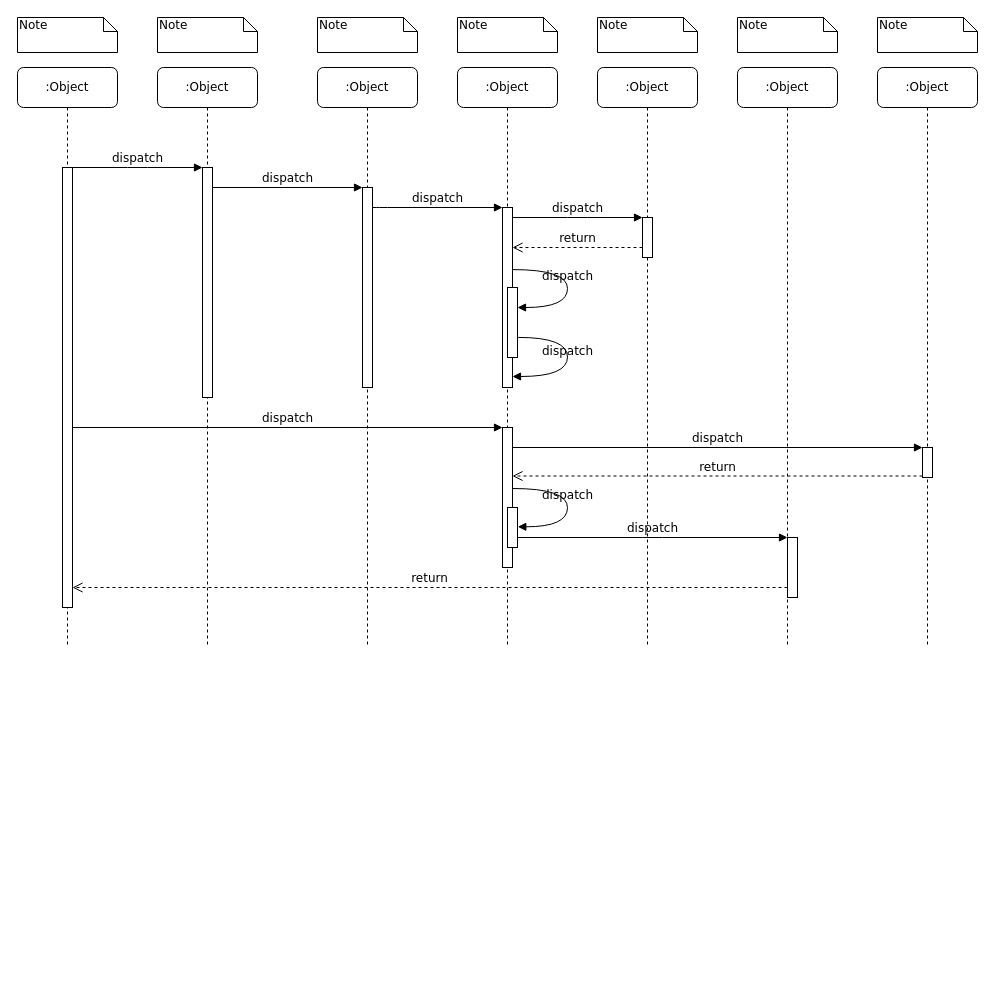
This is 时序图测试.drawio from 2635064692/drawio-rep, a draw.io file, before an edit. Source tidied: cells renumbered, new cells numbered last; positions are measured from the earlier drawing's top-left corner, leaving out a move shared by most shapes. Both pictures are drawn from the tidied source at 100%, with x=0, y=0 at pixel (17, 17).
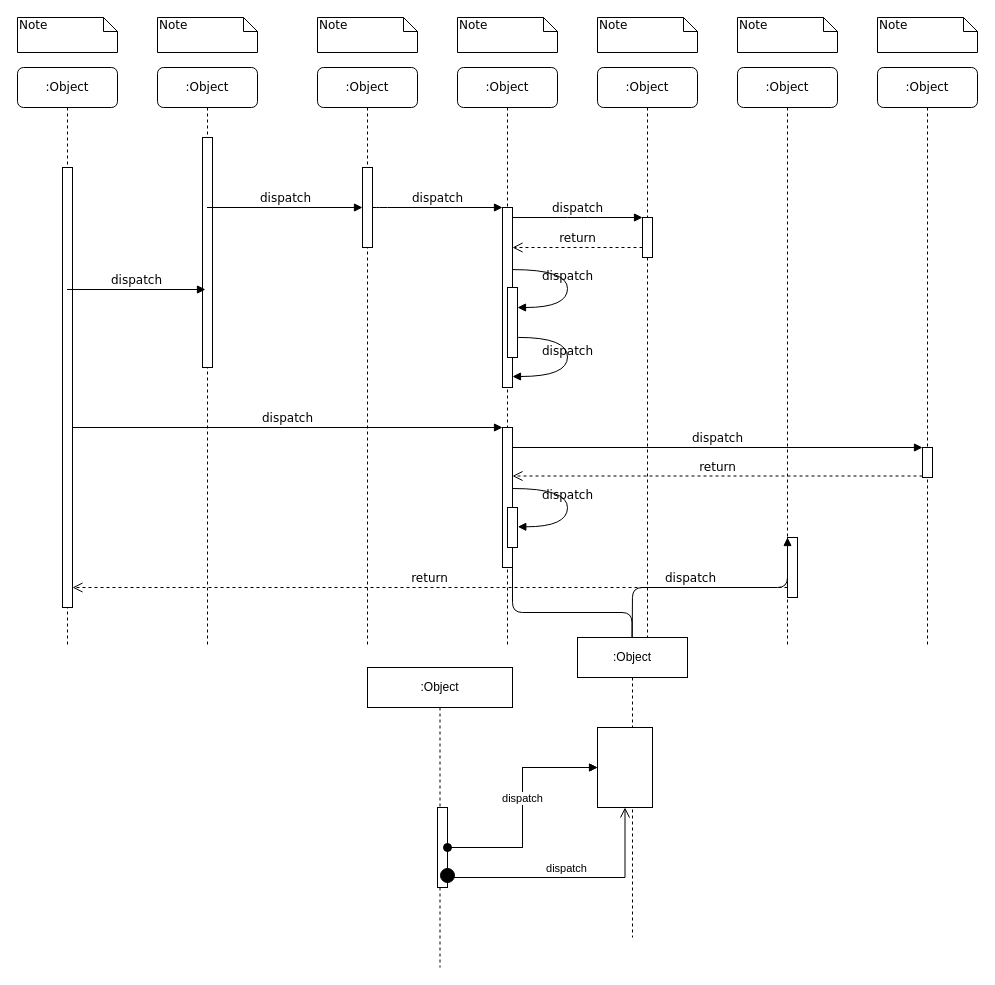
The same diagram, later.

Commit message:
更新时序图测试.drawio

Unchanged cells that the change refers to:
```xml
<mxCell id="2" value=":Object" style="shape=umlLifeline;perimeter=lifelinePerimeter;whiteSpace=wrap;html=1;outlineConnect=0;rounded=1;shadow=0;comic=0;labelBackgroundColor=none;strokeWidth=1;fontFamily=Verdana;fontSize=12;align=center;" parent="1" vertex="1">
  <mxGeometry x="140" y="50" width="100" height="580" as="geometry" />
</mxCell>
<mxCell id="4" value=":Object" style="shape=umlLifeline;perimeter=lifelinePerimeter;whiteSpace=wrap;html=1;rounded=1;shadow=0;comic=0;labelBackgroundColor=none;strokeWidth=1;fontFamily=Verdana;fontSize=12;align=center;" parent="1" vertex="1">
  <mxGeometry x="300" y="50" width="100" height="580" as="geometry" />
</mxCell>
<mxCell id="10" value=":Object" style="shape=umlLifeline;perimeter=lifelinePerimeter;whiteSpace=wrap;html=1;outlineConnect=0;rounded=1;shadow=0;comic=0;labelBackgroundColor=none;strokeWidth=1;fontFamily=Verdana;fontSize=12;align=center;" parent="1" vertex="1">
  <mxGeometry y="50" width="100" height="580" as="geometry" />
</mxCell>
<mxCell id="11" style="html=1;points=[];perimeter=orthogonalPerimeter;rounded=0;shadow=0;comic=0;labelBackgroundColor=none;strokeWidth=1;fontFamily=Verdana;fontSize=12;align=center;" parent="10" vertex="1">
  <mxGeometry x="45" y="100" width="10" height="440" as="geometry" />
</mxCell>
<mxCell id="12" style="html=1;points=[];perimeter=orthogonalPerimeter;rounded=0;shadow=0;comic=0;labelBackgroundColor=none;strokeWidth=1;fontFamily=Verdana;fontSize=12;align=center;" parent="1" vertex="1">
  <mxGeometry x="485" y="190" width="10" height="180" as="geometry" />
</mxCell>
<mxCell id="22" style="html=1;points=[];perimeter=orthogonalPerimeter;rounded=0;shadow=0;comic=0;labelBackgroundColor=none;strokeWidth=1;fontFamily=Verdana;fontSize=12;align=center;" parent="1" vertex="1">
  <mxGeometry x="770" y="520" width="10" height="60" as="geometry" />
</mxCell>
<mxCell id="30" style="html=1;points=[];perimeter=orthogonalPerimeter;rounded=0;shadow=0;comic=0;labelBackgroundColor=none;strokeWidth=1;fontFamily=Verdana;fontSize=12;align=center;" parent="1" vertex="1">
  <mxGeometry x="490" y="490" width="10" height="40" as="geometry" />
</mxCell>
```

The edit, as a diff of the source:
```diff
@@
     <mxCell id="3" style="html=1;points=[];perimeter=orthogonalPerimeter;rounded=0;shadow=0;comic=0;labelBackgroundColor=none;strokeWidth=1;fontFamily=Verdana;fontSize=12;align=center;" parent="2" vertex="1">
-      <mxGeometry x="45" y="100" width="10" height="230" as="geometry" />
+      <mxGeometry x="45" y="70" width="10" height="230" as="geometry" />
     </mxCell>
@@
-    <mxCell id="5" style="html=1;points=[];perimeter=orthogonalPerimeter;rounded=0;shadow=0;comic=0;labelBackgroundColor=none;strokeWidth=1;fontFamily=Verdana;fontSize=12;align=center;" parent="4" vertex="1">
-      <mxGeometry x="45" y="120" width="10" height="200" as="geometry" />
-    </mxCell>
+    <mxCell id="39" style="html=1;points=[];perimeter=orthogonalPerimeter;outlineConnect=0;targetShapes=umlLifeline;portConstraint=eastwest;newEdgeStyle={&quot;edgeStyle&quot;:&quot;elbowEdgeStyle&quot;,&quot;elbow&quot;:&quot;vertical&quot;,&quot;curved&quot;:0,&quot;rounded&quot;:0};" parent="4" vertex="1">
+      <mxGeometry x="45" y="100" width="10" height="80" as="geometry" />
+    </mxCell>
@@
-    <mxCell id="13" value="dispatch" style="html=1;verticalAlign=bottom;endArrow=block;labelBackgroundColor=none;fontFamily=Verdana;fontSize=12;edgeStyle=elbowEdgeStyle;elbow=vertical;" parent="1" edge="1" source="5" target="12">
+    <mxCell id="13" value="dispatch" style="html=1;verticalAlign=bottom;endArrow=block;labelBackgroundColor=none;fontFamily=Verdana;fontSize=12;edgeStyle=elbowEdgeStyle;elbow=vertical;" parent="1" edge="1" target="12">
       <mxGeometry relative="1" as="geometry">
+        <mxPoint x="355" y="190" as="sourcePoint" />
         <Array as="points">
           <mxPoint x="360" y="190" />
         </Array>
       </mxGeometry>
     </mxCell>
@@
-    <mxCell id="23" value="dispatch" style="html=1;verticalAlign=bottom;endArrow=block;entryX=0;entryY=0;labelBackgroundColor=none;fontFamily=Verdana;fontSize=12;edgeStyle=elbowEdgeStyle;elbow=vertical;" parent="1" edge="1" source="30" target="22">
+    <mxCell id="23" value="dispatch" style="html=1;verticalAlign=bottom;endArrow=block;entryX=0;entryY=0;labelBackgroundColor=none;fontFamily=Verdana;fontSize=12;edgeStyle=elbowEdgeStyle;elbow=vertical;" parent="1" edge="1" source="41" target="22">
       <mxGeometry relative="1" as="geometry" />
     </mxCell>
@@
-    <mxCell id="25" value="dispatch" style="html=1;verticalAlign=bottom;endArrow=block;entryX=0;entryY=0;labelBackgroundColor=none;fontFamily=Verdana;fontSize=12;edgeStyle=elbowEdgeStyle;elbow=vertical;" parent="1" edge="1" source="11" target="3">
-      <mxGeometry relative="1" as="geometry" />
-    </mxCell>
-    <mxCell id="26" value="dispatch" style="html=1;verticalAlign=bottom;endArrow=block;entryX=0;entryY=0;labelBackgroundColor=none;fontFamily=Verdana;fontSize=12;edgeStyle=elbowEdgeStyle;elbow=vertical;" parent="1" edge="1" source="3" target="5">
-      <mxGeometry relative="1" as="geometry" />
-    </mxCell>
@@
+    <mxCell id="25" value="dispatch" style="html=1;verticalAlign=bottom;endArrow=block;labelBackgroundColor=none;fontFamily=Verdana;fontSize=12;edgeStyle=elbowEdgeStyle;elbow=vertical;entryX=0.3;entryY=0.661;entryDx=0;entryDy=0;entryPerimeter=0;" parent="1" edge="1" source="10" target="3">
+      <mxGeometry relative="1" as="geometry" />
+    </mxCell>
+    <mxCell id="26" value="dispatch" style="html=1;verticalAlign=bottom;endArrow=block;labelBackgroundColor=none;fontFamily=Verdana;fontSize=12;edgeStyle=elbowEdgeStyle;elbow=vertical;" parent="1" edge="1" source="2" target="39">
+      <mxGeometry relative="1" as="geometry" />
+    </mxCell>
+    <mxCell id="40" style="html=1;verticalAlign=bottom;endArrow=block;entryX=0;entryY=0;labelBackgroundColor=none;fontFamily=Verdana;fontSize=12;edgeStyle=elbowEdgeStyle;elbow=vertical;" parent="1" edge="1" source="30" target="41">
+      <mxGeometry relative="1" as="geometry" />
+    </mxCell>
+    <mxCell id="41" value=":Object" style="shape=umlLifeline;perimeter=lifelinePerimeter;whiteSpace=wrap;html=1;outlineConnect=0;portConstraint=eastwest;newEdgeStyle={&quot;edgeStyle&quot;:&quot;elbowEdgeStyle&quot;,&quot;elbow&quot;:&quot;vertical&quot;,&quot;curved&quot;:0,&quot;rounded&quot;:0};" parent="1" vertex="1">
+      <mxGeometry x="560" y="620" width="110" height="300" as="geometry" />
+    </mxCell>
+    <mxCell id="42" style="html=1;points=[];perimeter=orthogonalPerimeter;outlineConnect=0;targetShapes=umlLifeline;portConstraint=eastwest;newEdgeStyle={&quot;edgeStyle&quot;:&quot;elbowEdgeStyle&quot;,&quot;elbow&quot;:&quot;vertical&quot;,&quot;curved&quot;:0,&quot;rounded&quot;:0};" parent="41" vertex="1">
+      <mxGeometry x="20" y="90" width="55" height="80" as="geometry" />
+    </mxCell>
+    <mxCell id="43" value=":Object" style="shape=umlLifeline;perimeter=lifelinePerimeter;whiteSpace=wrap;html=1;newEdgeStyle={&quot;edgeStyle&quot;:&quot;elbowEdgeStyle&quot;,&quot;elbow&quot;:&quot;vertical&quot;,&quot;curved&quot;:0,&quot;rounded&quot;:0};" parent="1" vertex="1">
+      <mxGeometry x="350" y="650" width="145" height="300" as="geometry" />
+    </mxCell>
+    <mxCell id="44" style="html=1;points=[];perimeter=orthogonalPerimeter;outlineConnect=0;targetShapes=umlLifeline;portConstraint=eastwest;newEdgeStyle={&quot;edgeStyle&quot;:&quot;elbowEdgeStyle&quot;,&quot;elbow&quot;:&quot;vertical&quot;,&quot;curved&quot;:0,&quot;rounded&quot;:0};" parent="43" vertex="1">
+      <mxGeometry x="70" y="140" width="10" height="80" as="geometry" />
+    </mxCell>
+    <mxCell id="45" style="edgeStyle=elbowEdgeStyle;rounded=0;jettySize=auto;html=1;elbow=vertical;curved=0;" parent="1" edge="1" source="44" target="42">
+      <mxGeometry relative="1" as="geometry" />
+    </mxCell>
+    <mxCell id="46" value="dispatch" style="html=1;verticalAlign=bottom;startArrow=oval;startFill=1;endArrow=block;startSize=8;edgeStyle=elbowEdgeStyle;elbow=vertical;curved=0;rounded=0;" parent="1" edge="1" source="44" target="42">
+      <mxGeometry relative="1" as="geometry" />
+    </mxCell>
+    <mxCell id="47" value="dispatch" style="html=1;verticalAlign=bottom;startArrow=circle;startFill=1;endArrow=open;startSize=6;endSize=8;edgeStyle=elbowEdgeStyle;elbow=vertical;curved=0;rounded=0;" parent="1" edge="1" target="42">
+      <mxGeometry relative="1" as="geometry">
+        <mxPoint x="430" y="850" as="sourcePoint" />
+        <Array as="points">
+          <mxPoint x="430" y="860" />
+        </Array>
+      </mxGeometry>
+    </mxCell>
```
